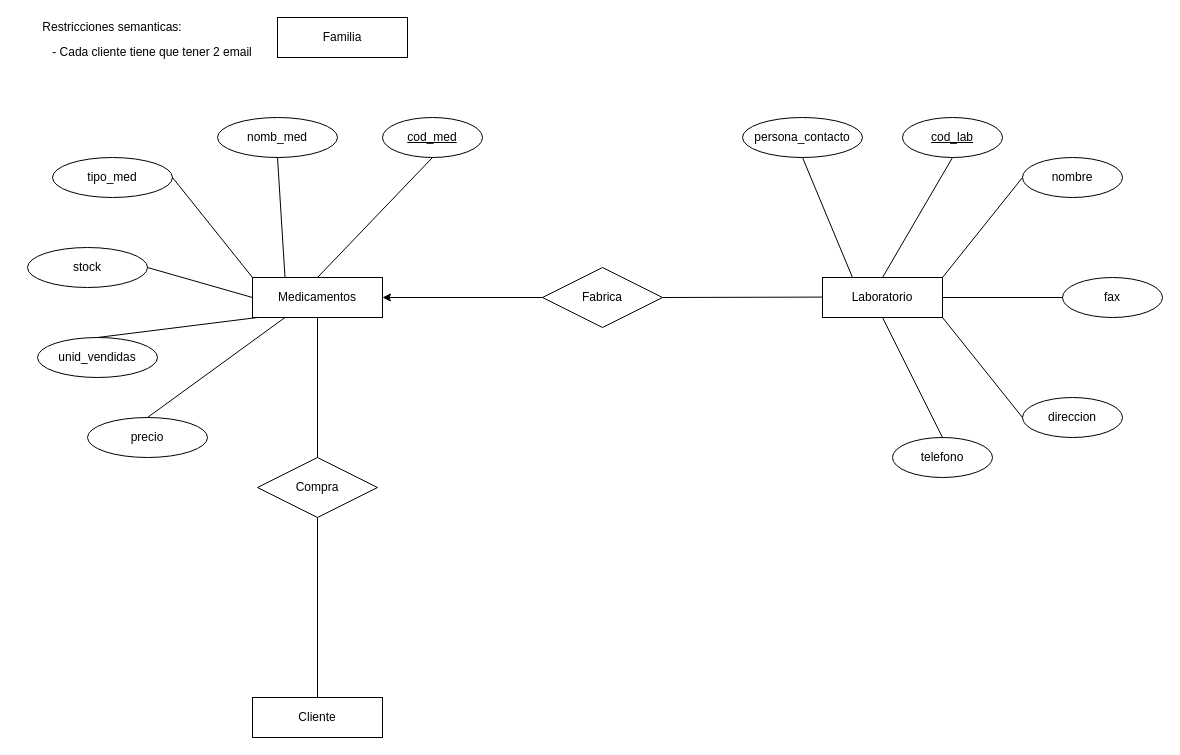
Earlier version of the draw.io diagram Practica_01_Modelo_entidad-relacion_Farmacia/Practica_01_Modelo_Entidad-Relacion_Farmacia.drawio (feichay10/Practicas-ADBD). Source tidied: cells renumbered, new cells numbered last; positions are measured from the earlier drawing's top-left corner, leaving out a move shared by most shapes. Both pictures are drawn from the tidied source at 100%, with x=0, y=0 at pixel (27, 17).
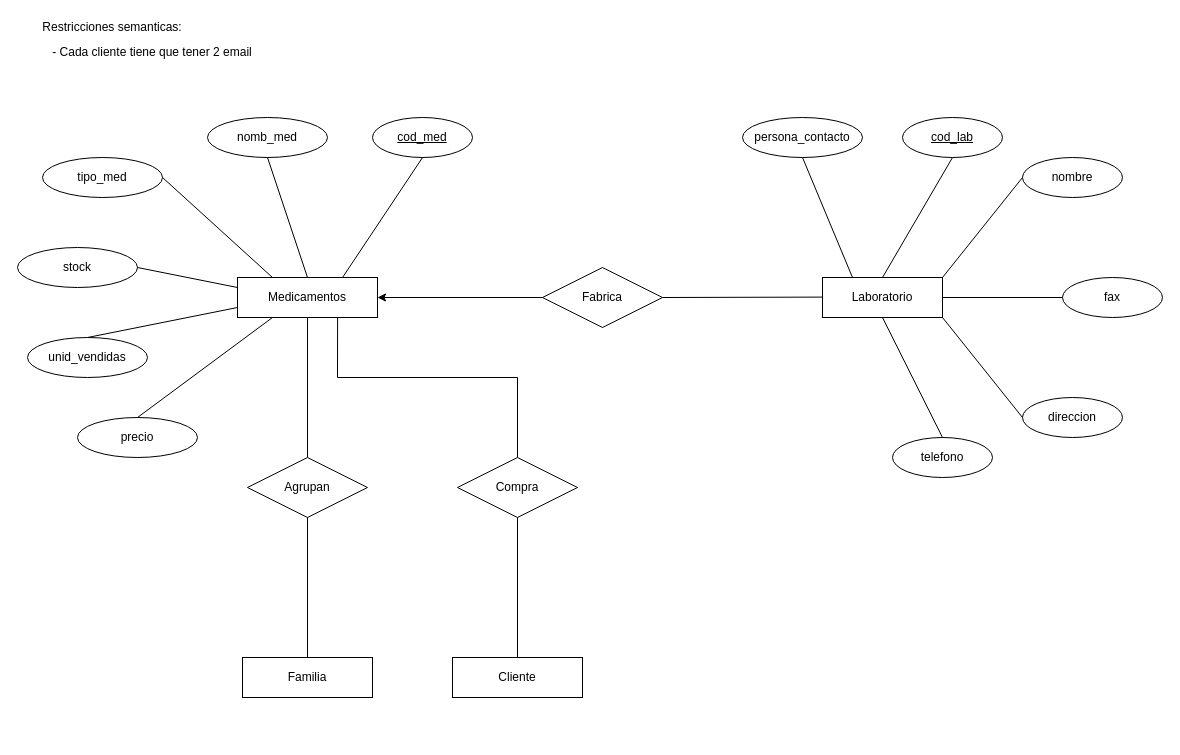
After the change.

Commit message (it also covers changes not shown here):
Minor things and uploading pdf

Diff of the diagram source:
```diff
@@
     <mxCell id="5" value="Familia" style="whiteSpace=wrap;html=1;align=center;" parent="1" vertex="1">
-      <mxGeometry x="250" width="130" height="40" as="geometry" />
+      <mxGeometry x="215" y="640" width="130" height="40" as="geometry" />
     </mxCell>
@@
     <mxCell id="7" value="Medicamentos" style="whiteSpace=wrap;html=1;align=center;" parent="1" vertex="1">
-      <mxGeometry x="225" y="260" width="130" height="40" as="geometry" />
+      <mxGeometry x="210" y="260" width="140" height="40" as="geometry" />
     </mxCell>
@@
     <mxCell id="22" value="nomb_med" style="ellipse;whiteSpace=wrap;html=1;align=center;" parent="1" vertex="1">
-      <mxGeometry x="190" y="100" width="120" height="40" as="geometry" />
+      <mxGeometry x="180" y="100" width="120" height="40" as="geometry" />
     </mxCell>
     <mxCell id="23" value="cod_med" style="ellipse;whiteSpace=wrap;html=1;align=center;fontStyle=4;" parent="1" vertex="1">
-      <mxGeometry x="355" y="100" width="100" height="40" as="geometry" />
+      <mxGeometry x="345" y="100" width="100" height="40" as="geometry" />
     </mxCell>
     <mxCell id="24" value="tipo_med" style="ellipse;whiteSpace=wrap;html=1;align=center;" parent="1" vertex="1">
-      <mxGeometry x="25" y="140" width="120" height="40" as="geometry" />
+      <mxGeometry x="15" y="140" width="120" height="40" as="geometry" />
     </mxCell>
     <mxCell id="25" value="stock" style="ellipse;whiteSpace=wrap;html=1;align=center;" parent="1" vertex="1">
-      <mxGeometry y="230" width="120" height="40" as="geometry" />
+      <mxGeometry x="-10" y="230" width="120" height="40" as="geometry" />
     </mxCell>
     <mxCell id="26" value="unid_vendidas" style="ellipse;whiteSpace=wrap;html=1;align=center;" parent="1" vertex="1">
-      <mxGeometry x="10" y="320" width="120" height="40" as="geometry" />
+      <mxGeometry y="320" width="120" height="40" as="geometry" />
     </mxCell>
     <mxCell id="27" value="precio" style="ellipse;whiteSpace=wrap;html=1;align=center;" parent="1" vertex="1">
-      <mxGeometry x="60" y="400" width="120" height="40" as="geometry" />
+      <mxGeometry x="50" y="400" width="120" height="40" as="geometry" />
     </mxCell>
-    <mxCell id="28" style="endArrow=none;html=1;rounded=0;exitX=0.5;exitY=0;exitDx=0;exitDy=0;entryX=0.5;entryY=1;entryDx=0;entryDy=0;" parent="1" edge="1" source="7" target="23">
+    <mxCell id="28" style="endArrow=none;html=1;rounded=0;exitX=0.75;exitY=0;exitDx=0;exitDy=0;entryX=0.5;entryY=1;entryDx=0;entryDy=0;" parent="1" edge="1" source="7" target="23">
       <mxGeometry relative="1" as="geometry" />
     </mxCell>
-    <mxCell id="29" style="endArrow=none;html=1;rounded=0;exitX=0.25;exitY=0;exitDx=0;exitDy=0;entryX=0.5;entryY=1;entryDx=0;entryDy=0;" parent="1" edge="1" source="7" target="22">
+    <mxCell id="29" style="endArrow=none;html=1;rounded=0;exitX=0.5;exitY=0;exitDx=0;exitDy=0;entryX=0.5;entryY=1;entryDx=0;entryDy=0;" parent="1" edge="1" source="7" target="22">
       <mxGeometry relative="1" as="geometry" />
     </mxCell>
-    <mxCell id="30" style="endArrow=none;html=1;rounded=0;exitX=1;exitY=0.5;exitDx=0;exitDy=0;entryX=0;entryY=0;entryDx=0;entryDy=0;" parent="1" edge="1" source="24" target="7">
+    <mxCell id="30" style="endArrow=none;html=1;rounded=0;exitX=1;exitY=0.5;exitDx=0;exitDy=0;entryX=0.25;entryY=0;entryDx=0;entryDy=0;" parent="1" edge="1" source="24" target="7">
       <mxGeometry relative="1" as="geometry" />
     </mxCell>
-    <mxCell id="31" style="endArrow=none;html=1;rounded=0;exitX=1;exitY=0.5;exitDx=0;exitDy=0;entryX=0;entryY=0.5;entryDx=0;entryDy=0;" parent="1" edge="1" source="25" target="7">
+    <mxCell id="31" style="endArrow=none;html=1;rounded=0;exitX=1;exitY=0.5;exitDx=0;exitDy=0;entryX=0;entryY=0.25;entryDx=0;entryDy=0;" parent="1" edge="1" source="25" target="7">
       <mxGeometry relative="1" as="geometry" />
     </mxCell>
-    <mxCell id="32" style="endArrow=none;html=1;rounded=0;exitX=0.5;exitY=0;exitDx=0;exitDy=0;" parent="1" edge="1" source="26">
-      <mxGeometry relative="1" as="geometry">
-        <mxPoint x="230" y="300" as="targetPoint" />
-      </mxGeometry>
+    <mxCell id="32" style="endArrow=none;html=1;rounded=0;exitX=0.5;exitY=0;exitDx=0;exitDy=0;entryX=0;entryY=0.75;entryDx=0;entryDy=0;" parent="1" edge="1" source="26" target="7">
+      <mxGeometry relative="1" as="geometry" />
     </mxCell>
@@
     <mxCell id="34" value="Cliente" style="whiteSpace=wrap;html=1;align=center;" parent="1" vertex="1">
-      <mxGeometry x="225" y="680" width="130" height="40" as="geometry" />
+      <mxGeometry x="425" y="640" width="130" height="40" as="geometry" />
     </mxCell>
     <mxCell id="35" value="Compra" style="shape=rhombus;perimeter=rhombusPerimeter;whiteSpace=wrap;html=1;align=center;" parent="1" vertex="1">
-      <mxGeometry x="230" y="440" width="120" height="60" as="geometry" />
+      <mxGeometry x="430" y="440" width="120" height="60" as="geometry" />
     </mxCell>
@@
-    <mxCell id="37" style="endArrow=none;html=1;rounded=0;exitX=0.5;exitY=0;exitDx=0;exitDy=0;entryX=0.5;entryY=1;entryDx=0;entryDy=0;" parent="1" edge="1" source="35" target="7">
-      <mxGeometry relative="1" as="geometry" />
+    <mxCell id="37" style="endArrow=none;html=1;rounded=0;exitX=0.5;exitY=0;exitDx=0;exitDy=0;entryX=0.715;entryY=0.993;entryDx=0;entryDy=0;entryPerimeter=0;" parent="1" edge="1" source="35" target="7">
+      <mxGeometry relative="1" as="geometry">
+        <Array as="points">
+          <mxPoint x="490" y="360" />
+          <mxPoint x="310" y="360" />
+        </Array>
+      </mxGeometry>
     </mxCell>
+    <mxCell id="38" value="Agrupan" style="shape=rhombus;perimeter=rhombusPerimeter;whiteSpace=wrap;html=1;align=center;" parent="1" vertex="1">
+      <mxGeometry x="220" y="440" width="120" height="60" as="geometry" />
+    </mxCell>
+    <mxCell id="39" style="endArrow=none;html=1;rounded=0;exitX=0.5;exitY=0;exitDx=0;exitDy=0;entryX=0.5;entryY=1;entryDx=0;entryDy=0;" parent="1" edge="1" target="7">
+      <mxGeometry relative="1" as="geometry">
+        <mxPoint x="280" y="440" as="sourcePoint" />
+      </mxGeometry>
+    </mxCell>
+    <mxCell id="40" style="endArrow=none;html=1;rounded=0;entryX=0.5;entryY=1;entryDx=0;entryDy=0;exitX=0.5;exitY=0;exitDx=0;exitDy=0;" parent="1" edge="1" source="5" target="38">
+      <mxGeometry relative="1" as="geometry" />
+    </mxCell>
```
